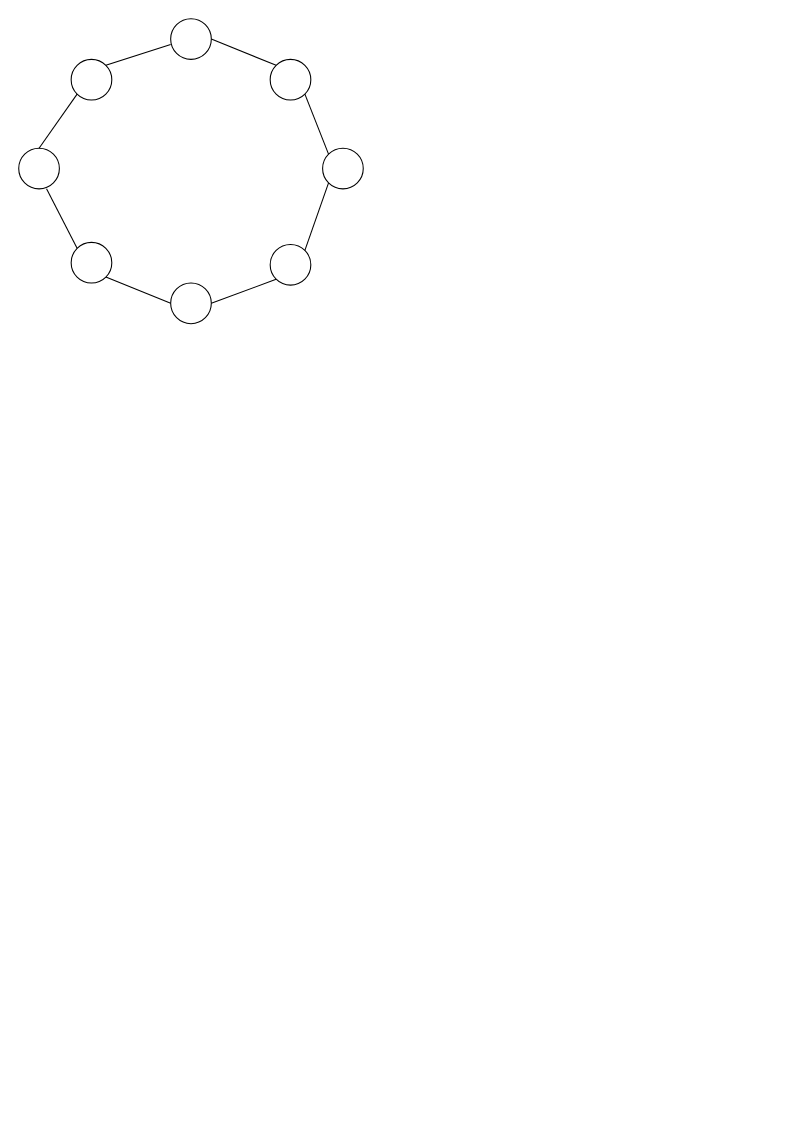
Before: A4339.drawio in critschris/COMP-339, a draw.io diagram. Source tidied: cells renumbered, new cells numbered last; positions are measured from the earlier drawing's top-left corner, leaving out a move shared by most shapes. Both pictures are drawn from the tidied source at 107%, with x=0, y=0 at pixel (18, 18).
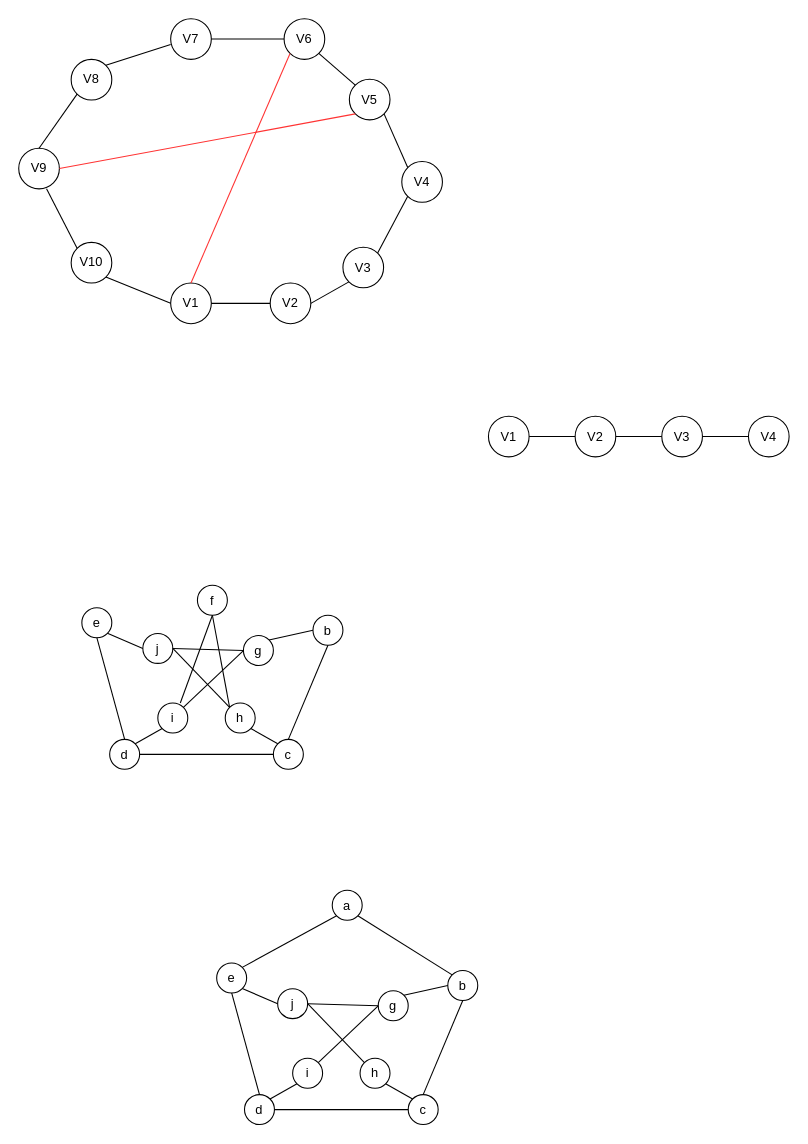
Above is the later version.

Diff of the diagram source:
```diff
@@
-    <mxCell id="2" style="ellipse;whiteSpace=wrap;html=1;" parent="1" vertex="1">
+    <mxCell id="2" value="V8" style="ellipse;whiteSpace=wrap;html=1;" parent="1" vertex="1">
       <mxGeometry x="49" y="38" width="38" height="38" as="geometry" />
     </mxCell>
-    <mxCell id="3" style="ellipse;whiteSpace=wrap;html=1;" parent="1" vertex="1">
+    <mxCell id="3" value="V7" style="ellipse;whiteSpace=wrap;html=1;" parent="1" vertex="1">
       <mxGeometry x="142" width="38" height="38" as="geometry" />
     </mxCell>
-    <mxCell id="4" style="ellipse;whiteSpace=wrap;html=1;" parent="1" vertex="1">
+    <mxCell id="4" value="V9" style="ellipse;whiteSpace=wrap;html=1;" parent="1" vertex="1">
       <mxGeometry y="121" width="38" height="38" as="geometry" />
     </mxCell>
-    <mxCell id="5" style="ellipse;whiteSpace=wrap;html=1;" parent="1" vertex="1">
+    <mxCell id="5" value="V10" style="ellipse;whiteSpace=wrap;html=1;" parent="1" vertex="1">
       <mxGeometry x="49" y="209" width="38" height="38" as="geometry" />
     </mxCell>
-    <mxCell id="6" style="ellipse;whiteSpace=wrap;html=1;" parent="1" vertex="1">
+    <mxCell id="6" value="V1" style="ellipse;whiteSpace=wrap;html=1;" parent="1" vertex="1">
       <mxGeometry x="142" y="247" width="38" height="38" as="geometry" />
     </mxCell>
-    <mxCell id="7" style="ellipse;whiteSpace=wrap;html=1;" parent="1" vertex="1">
-      <mxGeometry x="235" y="38" width="38" height="38" as="geometry" />
+    <mxCell id="7" value="V5" style="ellipse;whiteSpace=wrap;html=1;" parent="1" vertex="1">
+      <mxGeometry x="309" y="56.5" width="38" height="38" as="geometry" />
     </mxCell>
-    <mxCell id="8" style="ellipse;whiteSpace=wrap;html=1;" parent="1" vertex="1">
-      <mxGeometry x="284" y="121" width="38" height="38" as="geometry" />
+    <mxCell id="8" value="V4" style="ellipse;whiteSpace=wrap;html=1;" parent="1" vertex="1">
+      <mxGeometry x="358" y="133.5" width="38" height="38" as="geometry" />
     </mxCell>
-    <mxCell id="9" style="ellipse;whiteSpace=wrap;html=1;" parent="1" vertex="1">
-      <mxGeometry x="235" y="211" width="38" height="38" as="geometry" />
+    <mxCell id="9" value="V3" style="ellipse;whiteSpace=wrap;html=1;" parent="1" vertex="1">
+      <mxGeometry x="303" y="213.5" width="38" height="38" as="geometry" />
     </mxCell>
@@
-    <mxCell id="14" style="endArrow=none;html=1;rounded=0;fontSize=12;startSize=8;endSize=8;curved=1;entryX=1;entryY=0.5;entryDx=0;entryDy=0;exitX=0;exitY=1;exitDx=0;exitDy=0;" parent="1" edge="1" source="9" target="6">
-      <mxGeometry relative="1" as="geometry" />
-    </mxCell>
@@
-    <mxCell id="17" style="endArrow=none;html=1;rounded=0;fontSize=12;startSize=8;endSize=8;curved=1;entryX=0;entryY=0;entryDx=0;entryDy=0;exitX=1;exitY=0.5;exitDx=0;exitDy=0;" parent="1" edge="1" source="3" target="7">
-      <mxGeometry relative="1" as="geometry" />
-    </mxCell>
+    <mxCell id="18" value="V2" style="ellipse;whiteSpace=wrap;html=1;" parent="1" vertex="1">
+      <mxGeometry x="235" y="247" width="38" height="38" as="geometry" />
+    </mxCell>
+    <mxCell id="19" value="V6" style="ellipse;whiteSpace=wrap;html=1;" parent="1" vertex="1">
+      <mxGeometry x="248" width="38" height="38" as="geometry" />
+    </mxCell>
+    <mxCell id="20" style="endArrow=none;html=1;rounded=0;fontSize=12;startSize=8;endSize=8;curved=1;entryX=1;entryY=0.5;entryDx=0;entryDy=0;exitX=0;exitY=1;exitDx=0;exitDy=0;" parent="1" edge="1" source="9" target="18">
+      <mxGeometry relative="1" as="geometry" />
+    </mxCell>
+    <mxCell id="21" style="endArrow=none;html=1;rounded=0;fontSize=12;startSize=8;endSize=8;curved=1;entryX=1;entryY=0.5;entryDx=0;entryDy=0;exitX=0;exitY=0.5;exitDx=0;exitDy=0;" parent="1" edge="1" source="18" target="6">
+      <mxGeometry relative="1" as="geometry" />
+    </mxCell>
+    <mxCell id="22" style="endArrow=none;html=1;rounded=0;fontSize=12;startSize=8;endSize=8;curved=1;entryX=1;entryY=0.5;entryDx=0;entryDy=0;exitX=0;exitY=0.5;exitDx=0;exitDy=0;" parent="1" edge="1" source="19" target="3">
+      <mxGeometry relative="1" as="geometry" />
+    </mxCell>
+    <mxCell id="23" style="endArrow=none;html=1;rounded=0;fontSize=12;startSize=8;endSize=8;curved=1;entryX=0;entryY=0;entryDx=0;entryDy=0;exitX=1;exitY=1;exitDx=0;exitDy=0;" parent="1" edge="1" source="19" target="7">
+      <mxGeometry relative="1" as="geometry" />
+    </mxCell>
+    <mxCell id="24" style="endArrow=none;html=1;rounded=0;fontSize=12;startSize=8;endSize=8;curved=1;strokeColor=#FF3333;exitX=0.5;exitY=0;exitDx=0;exitDy=0;entryX=0;entryY=1;entryDx=0;entryDy=0;" parent="1" edge="1" source="6" target="19">
+      <mxGeometry relative="1" as="geometry" />
+    </mxCell>
+    <mxCell id="25" style="endArrow=none;html=1;rounded=0;fontSize=12;startSize=8;endSize=8;curved=1;strokeColor=#FF3333;exitX=1;exitY=0.5;exitDx=0;exitDy=0;entryX=0;entryY=1;entryDx=0;entryDy=0;" parent="1" edge="1" source="4" target="7">
+      <mxGeometry relative="1" as="geometry" />
+    </mxCell>
+    <mxCell id="26" value="f" style="ellipse;whiteSpace=wrap;html=1;" parent="1" vertex="1">
+      <mxGeometry x="167" y="529.5" width="28" height="28" as="geometry" />
+    </mxCell>
+    <mxCell id="27" value="g" style="ellipse;whiteSpace=wrap;html=1;" parent="1" vertex="1">
+      <mxGeometry x="210" y="576.5" width="28" height="28" as="geometry" />
+    </mxCell>
+    <mxCell id="28" value="h" style="ellipse;whiteSpace=wrap;html=1;" parent="1" vertex="1">
+      <mxGeometry x="193" y="639.5" width="28" height="28" as="geometry" />
+    </mxCell>
+    <mxCell id="29" value="i" style="ellipse;whiteSpace=wrap;html=1;" parent="1" vertex="1">
+      <mxGeometry x="130" y="639.5" width="28" height="28" as="geometry" />
+    </mxCell>
+    <mxCell id="30" value="j" style="ellipse;whiteSpace=wrap;html=1;" parent="1" vertex="1">
+      <mxGeometry x="116" y="574.5" width="28" height="28" as="geometry" />
+    </mxCell>
+    <mxCell id="31" style="endArrow=none;html=1;rounded=0;fontSize=12;startSize=8;endSize=8;curved=1;exitX=0.75;exitY=0;exitDx=0;exitDy=0;exitPerimeter=0;entryX=0.5;entryY=1;entryDx=0;entryDy=0;" parent="1" edge="1" source="29" target="26">
+      <mxGeometry relative="1" as="geometry" />
+    </mxCell>
+    <mxCell id="32" style="endArrow=none;html=1;rounded=0;fontSize=12;startSize=8;endSize=8;curved=1;exitX=0;exitY=0;exitDx=0;exitDy=0;entryX=0.5;entryY=1;entryDx=0;entryDy=0;" parent="1" edge="1" source="28" target="26">
+      <mxGeometry relative="1" as="geometry" />
+    </mxCell>
+    <mxCell id="33" style="endArrow=none;html=1;rounded=0;fontSize=12;startSize=8;endSize=8;curved=1;exitX=0;exitY=0;exitDx=0;exitDy=0;entryX=1;entryY=0.5;entryDx=0;entryDy=0;" parent="1" edge="1" source="28" target="30">
+      <mxGeometry relative="1" as="geometry" />
+    </mxCell>
+    <mxCell id="34" style="endArrow=none;html=1;rounded=0;fontSize=12;startSize=8;endSize=8;curved=1;exitX=1;exitY=0.5;exitDx=0;exitDy=0;entryX=0;entryY=0.5;entryDx=0;entryDy=0;" parent="1" edge="1" source="30" target="27">
+      <mxGeometry relative="1" as="geometry" />
+    </mxCell>
+    <mxCell id="35" style="endArrow=none;html=1;rounded=0;fontSize=12;startSize=8;endSize=8;curved=1;exitX=1;exitY=0;exitDx=0;exitDy=0;entryX=0;entryY=0.5;entryDx=0;entryDy=0;" parent="1" edge="1" source="29" target="27">
+      <mxGeometry relative="1" as="geometry" />
+    </mxCell>
+    <mxCell id="36" value="e" style="ellipse;whiteSpace=wrap;html=1;" parent="1" vertex="1">
+      <mxGeometry x="59" y="550.5" width="28" height="28" as="geometry" />
+    </mxCell>
+    <mxCell id="37" value="d" style="ellipse;whiteSpace=wrap;html=1;" parent="1" vertex="1">
+      <mxGeometry x="85" y="673.5" width="28" height="28" as="geometry" />
+    </mxCell>
+    <mxCell id="38" value="c" style="ellipse;whiteSpace=wrap;html=1;" parent="1" vertex="1">
+      <mxGeometry x="238" y="673.5" width="28" height="28" as="geometry" />
+    </mxCell>
+    <mxCell id="39" value="b" style="ellipse;whiteSpace=wrap;html=1;" parent="1" vertex="1">
+      <mxGeometry x="275" y="557.5" width="28" height="28" as="geometry" />
+    </mxCell>
+    <mxCell id="40" style="endArrow=none;html=1;rounded=0;fontSize=12;startSize=8;endSize=8;curved=1;entryX=0;entryY=0.5;entryDx=0;entryDy=0;exitX=1;exitY=0;exitDx=0;exitDy=0;" parent="1" edge="1" source="27" target="39">
+      <mxGeometry relative="1" as="geometry" />
+    </mxCell>
+    <mxCell id="41" style="endArrow=none;html=1;rounded=0;fontSize=12;startSize=8;endSize=8;curved=1;entryX=0;entryY=0;entryDx=0;entryDy=0;exitX=1;exitY=1;exitDx=0;exitDy=0;" parent="1" edge="1" source="28" target="38">
+      <mxGeometry relative="1" as="geometry" />
+    </mxCell>
+    <mxCell id="42" style="endArrow=none;html=1;rounded=0;fontSize=12;startSize=8;endSize=8;curved=1;entryX=0;entryY=1;entryDx=0;entryDy=0;exitX=1;exitY=0;exitDx=0;exitDy=0;" parent="1" edge="1" source="37" target="29">
+      <mxGeometry relative="1" as="geometry" />
+    </mxCell>
+    <mxCell id="43" style="endArrow=none;html=1;rounded=0;fontSize=12;startSize=8;endSize=8;curved=1;entryX=0;entryY=0.5;entryDx=0;entryDy=0;exitX=1;exitY=1;exitDx=0;exitDy=0;" parent="1" edge="1" source="36" target="30">
+      <mxGeometry relative="1" as="geometry" />
+    </mxCell>
+    <mxCell id="44" style="endArrow=none;html=1;rounded=0;fontSize=12;startSize=8;endSize=8;curved=1;entryX=0.5;entryY=1;entryDx=0;entryDy=0;exitX=0.5;exitY=0;exitDx=0;exitDy=0;" parent="1" edge="1" source="38" target="39">
+      <mxGeometry relative="1" as="geometry" />
+    </mxCell>
+    <mxCell id="45" style="endArrow=none;html=1;rounded=0;fontSize=12;startSize=8;endSize=8;curved=1;entryX=0;entryY=0.5;entryDx=0;entryDy=0;exitX=1;exitY=0.5;exitDx=0;exitDy=0;" parent="1" edge="1" source="37" target="38">
+      <mxGeometry relative="1" as="geometry" />
+    </mxCell>
+    <mxCell id="46" style="endArrow=none;html=1;rounded=0;fontSize=12;startSize=8;endSize=8;curved=1;entryX=0.5;entryY=1;entryDx=0;entryDy=0;exitX=0.5;exitY=0;exitDx=0;exitDy=0;" parent="1" edge="1" source="37" target="36">
+      <mxGeometry relative="1" as="geometry" />
+    </mxCell>
+    <mxCell id="47" value="g" style="ellipse;whiteSpace=wrap;html=1;" parent="1" vertex="1">
+      <mxGeometry x="336" y="908.5" width="28" height="28" as="geometry" />
+    </mxCell>
+    <mxCell id="48" value="h" style="ellipse;whiteSpace=wrap;html=1;" parent="1" vertex="1">
+      <mxGeometry x="319" y="971.5" width="28" height="28" as="geometry" />
+    </mxCell>
+    <mxCell id="49" value="i" style="ellipse;whiteSpace=wrap;html=1;" parent="1" vertex="1">
+      <mxGeometry x="256" y="971.5" width="28" height="28" as="geometry" />
+    </mxCell>
+    <mxCell id="50" value="j" style="ellipse;whiteSpace=wrap;html=1;" parent="1" vertex="1">
+      <mxGeometry x="242" y="906.5" width="28" height="28" as="geometry" />
+    </mxCell>
+    <mxCell id="51" style="endArrow=none;html=1;rounded=0;fontSize=12;startSize=8;endSize=8;curved=1;exitX=0;exitY=0;exitDx=0;exitDy=0;entryX=1;entryY=0.5;entryDx=0;entryDy=0;" parent="1" edge="1" source="48" target="50">
+      <mxGeometry relative="1" as="geometry" />
+    </mxCell>
+    <mxCell id="52" style="endArrow=none;html=1;rounded=0;fontSize=12;startSize=8;endSize=8;curved=1;exitX=1;exitY=0.5;exitDx=0;exitDy=0;entryX=0;entryY=0.5;entryDx=0;entryDy=0;" parent="1" edge="1" source="50" target="47">
+      <mxGeometry relative="1" as="geometry" />
+    </mxCell>
+    <mxCell id="53" style="endArrow=none;html=1;rounded=0;fontSize=12;startSize=8;endSize=8;curved=1;exitX=1;exitY=0;exitDx=0;exitDy=0;entryX=0;entryY=0.5;entryDx=0;entryDy=0;" parent="1" edge="1" source="49" target="47">
+      <mxGeometry relative="1" as="geometry" />
+    </mxCell>
+    <mxCell id="54" value="e" style="ellipse;whiteSpace=wrap;html=1;" parent="1" vertex="1">
+      <mxGeometry x="185" y="882.5" width="28" height="28" as="geometry" />
+    </mxCell>
+    <mxCell id="55" value="d" style="ellipse;whiteSpace=wrap;html=1;" parent="1" vertex="1">
+      <mxGeometry x="211" y="1005.5" width="28" height="28" as="geometry" />
+    </mxCell>
+    <mxCell id="56" value="c" style="ellipse;whiteSpace=wrap;html=1;" parent="1" vertex="1">
+      <mxGeometry x="364" y="1005.5" width="28" height="28" as="geometry" />
+    </mxCell>
+    <mxCell id="57" value="b" style="ellipse;whiteSpace=wrap;html=1;" parent="1" vertex="1">
+      <mxGeometry x="401" y="889.5" width="28" height="28" as="geometry" />
+    </mxCell>
+    <mxCell id="58" style="endArrow=none;html=1;rounded=0;fontSize=12;startSize=8;endSize=8;curved=1;entryX=0;entryY=0.5;entryDx=0;entryDy=0;exitX=1;exitY=0;exitDx=0;exitDy=0;" parent="1" edge="1" source="47" target="57">
+      <mxGeometry relative="1" as="geometry" />
+    </mxCell>
+    <mxCell id="59" style="endArrow=none;html=1;rounded=0;fontSize=12;startSize=8;endSize=8;curved=1;entryX=0;entryY=0;entryDx=0;entryDy=0;exitX=1;exitY=1;exitDx=0;exitDy=0;" parent="1" edge="1" source="48" target="56">
+      <mxGeometry relative="1" as="geometry" />
+    </mxCell>
+    <mxCell id="60" style="endArrow=none;html=1;rounded=0;fontSize=12;startSize=8;endSize=8;curved=1;entryX=0;entryY=1;entryDx=0;entryDy=0;exitX=1;exitY=0;exitDx=0;exitDy=0;" parent="1" edge="1" source="55" target="49">
+      <mxGeometry relative="1" as="geometry" />
+    </mxCell>
+    <mxCell id="61" style="endArrow=none;html=1;rounded=0;fontSize=12;startSize=8;endSize=8;curved=1;entryX=0;entryY=0.5;entryDx=0;entryDy=0;exitX=1;exitY=1;exitDx=0;exitDy=0;" parent="1" edge="1" source="54" target="50">
+      <mxGeometry relative="1" as="geometry" />
+    </mxCell>
+    <mxCell id="62" style="endArrow=none;html=1;rounded=0;fontSize=12;startSize=8;endSize=8;curved=1;entryX=0.5;entryY=1;entryDx=0;entryDy=0;exitX=0.5;exitY=0;exitDx=0;exitDy=0;" parent="1" edge="1" source="56" target="57">
+      <mxGeometry relative="1" as="geometry" />
+    </mxCell>
+    <mxCell id="63" style="endArrow=none;html=1;rounded=0;fontSize=12;startSize=8;endSize=8;curved=1;entryX=0;entryY=0.5;entryDx=0;entryDy=0;exitX=1;exitY=0.5;exitDx=0;exitDy=0;" parent="1" edge="1" source="55" target="56">
+      <mxGeometry relative="1" as="geometry" />
+    </mxCell>
+    <mxCell id="64" style="endArrow=none;html=1;rounded=0;fontSize=12;startSize=8;endSize=8;curved=1;entryX=0.5;entryY=1;entryDx=0;entryDy=0;exitX=0.5;exitY=0;exitDx=0;exitDy=0;" parent="1" edge="1" source="55" target="54">
+      <mxGeometry relative="1" as="geometry" />
+    </mxCell>
+    <mxCell id="65" value="a" style="ellipse;whiteSpace=wrap;html=1;" parent="1" vertex="1">
+      <mxGeometry x="293" y="814.5" width="28" height="28" as="geometry" />
+    </mxCell>
+    <mxCell id="66" style="endArrow=none;html=1;rounded=0;fontSize=12;startSize=8;endSize=8;curved=1;exitX=1;exitY=0;exitDx=0;exitDy=0;entryX=0;entryY=1;entryDx=0;entryDy=0;" parent="1" edge="1" source="54" target="65">
+      <mxGeometry relative="1" as="geometry" />
+    </mxCell>
+    <mxCell id="67" style="endArrow=none;html=1;rounded=0;fontSize=12;startSize=8;endSize=8;curved=1;exitX=1;exitY=1;exitDx=0;exitDy=0;entryX=0;entryY=0;entryDx=0;entryDy=0;" parent="1" edge="1" source="65" target="57">
+      <mxGeometry relative="1" as="geometry" />
+    </mxCell>
+    <mxCell id="68" value="V1" style="ellipse;whiteSpace=wrap;html=1;" parent="1" vertex="1">
+      <mxGeometry x="439" y="371.5" width="38" height="38" as="geometry" />
+    </mxCell>
+    <mxCell id="69" value="V2" style="ellipse;whiteSpace=wrap;html=1;" parent="1" vertex="1">
+      <mxGeometry x="520" y="371.5" width="38" height="38" as="geometry" />
+    </mxCell>
+    <mxCell id="70" value="V3" style="ellipse;whiteSpace=wrap;html=1;" parent="1" vertex="1">
+      <mxGeometry x="601" y="371.5" width="38" height="38" as="geometry" />
+    </mxCell>
+    <mxCell id="71" value="V4" style="ellipse;whiteSpace=wrap;html=1;" parent="1" vertex="1">
+      <mxGeometry x="682" y="371.5" width="38" height="38" as="geometry" />
+    </mxCell>
+    <mxCell id="72" style="endArrow=none;html=1;rounded=0;fontSize=12;startSize=8;endSize=8;curved=1;exitX=1;exitY=0.5;exitDx=0;exitDy=0;entryX=0;entryY=0.5;entryDx=0;entryDy=0;" parent="1" edge="1" source="68" target="69">
+      <mxGeometry relative="1" as="geometry" />
+    </mxCell>
+    <mxCell id="73" style="endArrow=none;html=1;rounded=0;fontSize=12;startSize=8;endSize=8;curved=1;exitX=1;exitY=0.5;exitDx=0;exitDy=0;entryX=0;entryY=0.5;entryDx=0;entryDy=0;" parent="1" edge="1" source="69" target="70">
+      <mxGeometry relative="1" as="geometry" />
+    </mxCell>
+    <mxCell id="74" style="endArrow=none;html=1;rounded=0;fontSize=12;startSize=8;endSize=8;curved=1;exitX=1;exitY=0.5;exitDx=0;exitDy=0;entryX=0;entryY=0.5;entryDx=0;entryDy=0;" parent="1" edge="1" source="70" target="71">
+      <mxGeometry relative="1" as="geometry" />
+    </mxCell>
```
